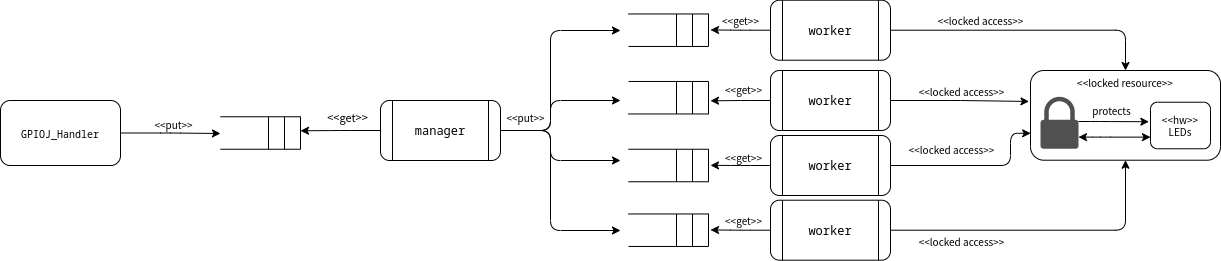
This is Projects/Lab06/diagramas/architecture.png from fsmiamoto/TM4C1294_RTOS_IAR9, a draw.io export, as it was before one commit. Source tidied: cells renumbered, new cells last; positions are measured from the earlier drawing's top-left corner, leaving out a move shared by most shapes.
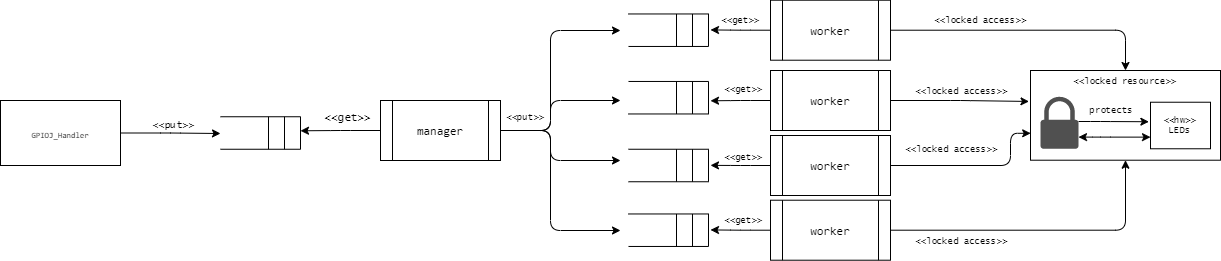
After the change.

Commit message:
docs(lab06): fix architecture diagram

What changed in the source:
```diff
@@ -12,7 +12,7 @@
         <mxPoint x="-13" y="-11" as="offset" />
       </mxGeometry>
     </mxCell>
-    <mxCell id="4" value="&lt;pre&gt;&lt;font style=&quot;font-size: 8px&quot;&gt;GPIOJ_Handler&lt;/font&gt;&lt;br&gt;&lt;/pre&gt;" style="whiteSpace=wrap;html=1;rounded=1;" parent="1" vertex="1">
+    <mxCell id="4" value="&lt;pre&gt;&lt;font style=&quot;font-size: 8px&quot;&gt;GPIOJ_Handler&lt;/font&gt;&lt;br&gt;&lt;/pre&gt;" style="whiteSpace=wrap;html=1;rounded=0;" parent="1" vertex="1">
       <mxGeometry y="100" width="120" height="65" as="geometry" />
     </mxCell>
     <mxCell id="5" style="group;rounded=1;" parent="1" vertex="1">
@@ -99,7 +99,7 @@
         <mxPoint x="10" y="-14" as="offset" />
       </mxGeometry>
     </mxCell>
-    <mxCell id="18" value="&lt;pre&gt;manager&lt;/pre&gt;" style="shape=process;whiteSpace=wrap;html=1;backgroundOutline=1;rounded=1;" parent="1" vertex="1">
+    <mxCell id="18" value="&lt;pre&gt;manager&lt;/pre&gt;" style="shape=process;whiteSpace=wrap;html=1;backgroundOutline=1;rounded=0;" parent="1" vertex="1">
       <mxGeometry x="380" y="100" width="120" height="60" as="geometry" />
     </mxCell>
     <mxCell id="19" style="group;rounded=1;" parent="1" vertex="1">
@@ -252,7 +252,7 @@
         <mxPoint x="4" y="-10" as="offset" />
       </mxGeometry>
     </mxCell>
-    <mxCell id="47" value="&lt;pre&gt;worker&lt;br&gt;&lt;/pre&gt;" style="shape=process;whiteSpace=wrap;html=1;backgroundOutline=1;rounded=1;" parent="1" vertex="1">
+    <mxCell id="47" value="&lt;pre&gt;worker&lt;br&gt;&lt;/pre&gt;" style="shape=process;whiteSpace=wrap;html=1;backgroundOutline=1;rounded=0;" parent="1" vertex="1">
       <mxGeometry x="770" y="-0.3" width="120" height="60" as="geometry" />
     </mxCell>
     <mxCell id="48" style="edgeStyle=orthogonalEdgeStyle;jettySize=auto;html=1;exitX=0;exitY=0.5;exitDx=0;exitDy=0;fontFamily=Lucida Console;fontSize=9;" parent="1" edge="1" source="50">
@@ -263,7 +263,7 @@
     <mxCell id="49" style="edgeStyle=orthogonalEdgeStyle;jettySize=auto;html=1;entryX=-0.008;entryY=0.345;entryDx=0;entryDy=0;entryPerimeter=0;fontFamily=Lucida Console;fontSize=9;startArrow=none;startFill=0;" parent="1" edge="1" source="50" target="60">
       <mxGeometry relative="1" as="geometry" />
     </mxCell>
-    <mxCell id="50" value="&lt;pre&gt;worker&lt;/pre&gt;" style="shape=process;whiteSpace=wrap;html=1;backgroundOutline=1;rounded=1;" parent="1" vertex="1">
+    <mxCell id="50" value="&lt;pre&gt;worker&lt;/pre&gt;" style="shape=process;whiteSpace=wrap;html=1;backgroundOutline=1;rounded=0;" parent="1" vertex="1">
       <mxGeometry x="770" y="70" width="120" height="60" as="geometry" />
     </mxCell>
     <mxCell id="51" style="edgeStyle=orthogonalEdgeStyle;jettySize=auto;html=1;exitX=0;exitY=0.5;exitDx=0;exitDy=0;fontFamily=Lucida Console;fontSize=9;" parent="1" edge="1" source="53">
@@ -279,7 +279,7 @@
         </Array>
       </mxGeometry>
     </mxCell>
-    <mxCell id="53" value="&lt;pre&gt;worker&lt;/pre&gt;" style="shape=process;whiteSpace=wrap;html=1;backgroundOutline=1;rounded=1;" parent="1" vertex="1">
+    <mxCell id="53" value="&lt;pre&gt;worker&lt;/pre&gt;" style="shape=process;whiteSpace=wrap;html=1;backgroundOutline=1;rounded=0;" parent="1" vertex="1">
       <mxGeometry x="770" y="135" width="120" height="60" as="geometry" />
     </mxCell>
     <mxCell id="54" style="edgeStyle=orthogonalEdgeStyle;jettySize=auto;html=1;exitX=0;exitY=0.5;exitDx=0;exitDy=0;fontFamily=Lucida Console;fontSize=9;" parent="1" edge="1" source="56">
@@ -290,7 +290,7 @@
     <mxCell id="55" style="edgeStyle=orthogonalEdgeStyle;jettySize=auto;html=1;fontFamily=Lucida Console;fontSize=9;startArrow=none;startFill=0;entryX=0.5;entryY=1;entryDx=0;entryDy=0;" parent="1" edge="1" source="56" target="60">
       <mxGeometry relative="1" as="geometry" />
     </mxCell>
-    <mxCell id="56" value="&lt;pre&gt;worker&lt;/pre&gt;" style="shape=process;whiteSpace=wrap;html=1;backgroundOutline=1;rounded=1;" parent="1" vertex="1">
+    <mxCell id="56" value="&lt;pre&gt;worker&lt;/pre&gt;" style="shape=process;whiteSpace=wrap;html=1;backgroundOutline=1;rounded=0;" parent="1" vertex="1">
       <mxGeometry x="770" y="199.7" width="120" height="60" as="geometry" />
     </mxCell>
     <mxCell id="57" value="&amp;lt;&amp;lt;get&amp;gt;&amp;gt;" style="edgeLabel;html=1;align=center;verticalAlign=middle;fontSize=9;fontFamily=Lucida Console;rounded=1;" parent="1" vertex="1">
@@ -308,7 +308,7 @@
         <mxPoint x="2" y="59" as="offset" />
       </mxGeometry>
     </mxCell>
-    <mxCell id="60" value="&amp;lt;&amp;lt;locked resource&amp;gt;&amp;gt;" style="whiteSpace=wrap;html=1;fontFamily=Lucida Console;fontSize=9;verticalAlign=top;rounded=1;" parent="1" vertex="1">
+    <mxCell id="60" value="&amp;lt;&amp;lt;locked resource&amp;gt;&amp;gt;" style="whiteSpace=wrap;html=1;fontFamily=Lucida Console;fontSize=9;verticalAlign=top;rounded=0;" parent="1" vertex="1">
       <mxGeometry x="1030" y="70" width="190" height="89.7" as="geometry" />
     </mxCell>
     <mxCell id="61" style="edgeStyle=orthogonalEdgeStyle;jettySize=auto;html=1;entryX=-0.027;entryY=0.419;entryDx=0;entryDy=0;entryPerimeter=0;fontFamily=Lucida Console;fontSize=9;" parent="1" edge="1" source="63" target="65">
@@ -335,7 +335,7 @@
         </Array>
       </mxGeometry>
     </mxCell>
-    <mxCell id="65" value="&amp;lt;&amp;lt;hw&amp;gt;&amp;gt;&lt;br&gt;LEDs" style="whiteSpace=wrap;html=1;fontFamily=Lucida Console;fontSize=9;rounded=1;" parent="1" vertex="1">
+    <mxCell id="65" value="&amp;lt;&amp;lt;hw&amp;gt;&amp;gt;&lt;br&gt;LEDs" style="whiteSpace=wrap;html=1;fontFamily=Lucida Console;fontSize=9;rounded=0;" parent="1" vertex="1">
       <mxGeometry x="1150" y="101.7" width="60" height="46.5" as="geometry" />
     </mxCell>
     <mxCell id="66" value="&amp;lt;&amp;lt;locked access&amp;gt;&amp;gt;" style="edgeLabel;html=1;align=center;verticalAlign=middle;fontSize=9;fontFamily=Lucida Console;rounded=1;" parent="1" vertex="1">
```
